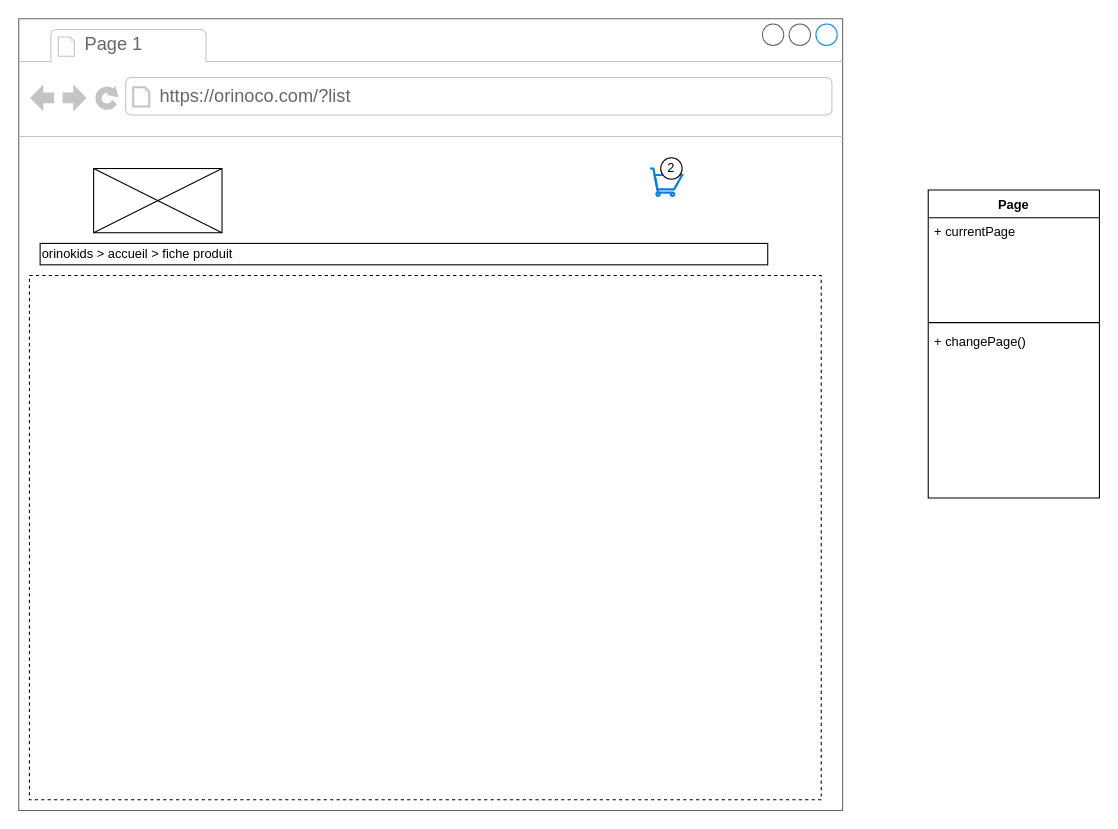
M0R4DK155/Orinoco keeps this draw.io diagram as page "page : base" (2 of 9) of diagram.drawio. Above is the earlier version. Source tidied: cells renumbered, new cells numbered last; positions are measured from the earlier drawing's top-left corner, leaving out a move shared by most shapes. Both pictures are drawn from the tidied source at 107%, with x=0, y=0 at pixel (18, 18).
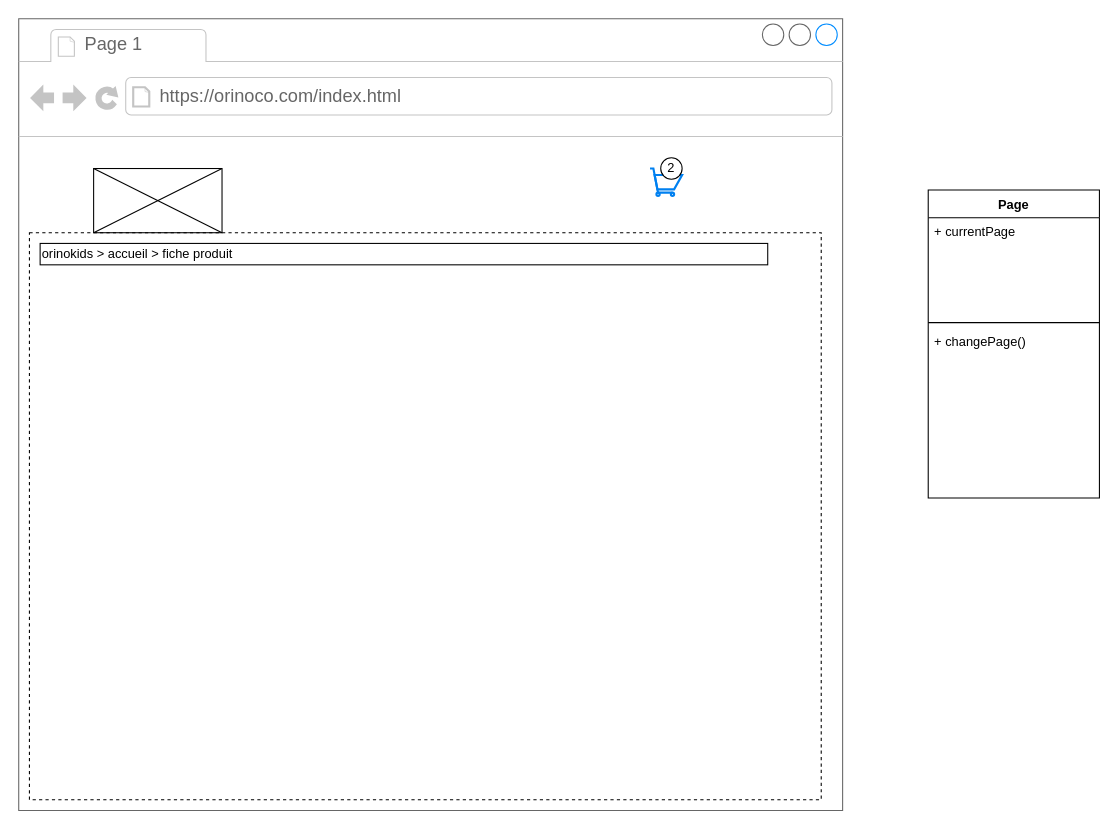
The same page after the edit.

The edit, as a diff of the source:
```diff
@@
 <mxGraphModel>
   <root>
     <mxCell id="0" />
     <mxCell id="1" parent="0" />
     <mxCell id="2" style="strokeWidth=1;shadow=0;dashed=0;align=center;html=1;shape=mxgraph.mockup.containers.browserWindow;rSize=0;strokeColor=#666666;strokeColor2=#008cff;strokeColor3=#c4c4c4;mainText=,;" parent="1" vertex="1">
       <mxGeometry width="770" height="740" as="geometry" />
     </mxCell>
     <mxCell id="3" value="Page 1" style="strokeWidth=1;shadow=0;dashed=0;align=center;html=1;shape=mxgraph.mockup.containers.anchor;fontSize=17;fontColor=#666666;align=left;" parent="2" vertex="1">
       <mxGeometry x="60" y="12" width="110" height="26" as="geometry" />
     </mxCell>
-    <mxCell id="4" value="https://orinoco.com/?list" style="strokeWidth=1;shadow=0;dashed=0;align=center;html=1;shape=mxgraph.mockup.containers.anchor;rSize=0;fontSize=17;fontColor=#666666;align=left;" parent="2" vertex="1">
+    <mxCell id="4" value="https://orinoco.com/index.html" style="strokeWidth=1;shadow=0;dashed=0;align=center;html=1;shape=mxgraph.mockup.containers.anchor;rSize=0;fontSize=17;fontColor=#666666;align=left;" parent="2" vertex="1">
       <mxGeometry x="130" y="60" width="250" height="26" as="geometry" />
     </mxCell>
     <mxCell id="5" style="html=1;verticalLabelPosition=bottom;align=center;labelBackgroundColor=#ffffff;verticalAlign=top;strokeWidth=2;strokeColor=#0080F0;shadow=0;dashed=0;shape=mxgraph.ios7.icons.shopping_cart;" parent="2" vertex="1">
       <mxGeometry x="590" y="140" width="30" height="25.5" as="geometry" />
     </mxCell>
     <mxCell id="6" style="group;" parent="2" vertex="1">
       <mxGeometry x="70" y="140" width="120" height="60" as="geometry" />
     </mxCell>
     <mxCell id="7" style="rounded=0;whiteSpace=wrap;html=1;" parent="6" vertex="1">
       <mxGeometry width="120" height="60" as="geometry" />
     </mxCell>
     <mxCell id="8" style="endArrow=none;html=1;entryX=1;entryY=0;entryDx=0;entryDy=0;exitX=0;exitY=1;exitDx=0;exitDy=0;" parent="6" edge="1" source="7" target="7">
       <mxGeometry relative="1" as="geometry" />
     </mxCell>
     <mxCell id="9" style="endArrow=none;html=1;entryX=0;entryY=0;entryDx=0;entryDy=0;exitX=1;exitY=1;exitDx=0;exitDy=0;" parent="6" edge="1" source="7" target="7">
       <mxGeometry relative="1" as="geometry" />
     </mxCell>
     <mxCell id="10" value="2" style="ellipse;whiteSpace=wrap;html=1;" parent="2" vertex="1">
       <mxGeometry x="600" y="130" width="20" height="20" as="geometry" />
     </mxCell>
     <mxCell id="11" style="rounded=0;whiteSpace=wrap;html=1;align=left;fillColor=none;dashed=1;" parent="2" vertex="1">
-      <mxGeometry x="10" y="240" width="740" height="490" as="geometry" />
+      <mxGeometry x="10" y="200" width="740" height="530" as="geometry" />
     </mxCell>
     <mxCell id="12" value="orinokids &amp;gt; accueil &amp;gt; fiche produit" style="rounded=0;whiteSpace=wrap;html=1;strokeColor=#000000;fillColor=#ffffff;align=left;" parent="1" vertex="1">
       <mxGeometry x="20" y="210" width="680" height="20" as="geometry" />
     </mxCell>
     <mxCell id="13" value="Page" style="swimlane;fontStyle=1;align=center;verticalAlign=top;horizontal=1;startSize=26;strokeColor=#000000;fillColor=none;" parent="1" vertex="1">
       <mxGeometry x="850" y="160" width="160" height="288" as="geometry" />
     </mxCell>
     <mxCell id="14" value="+ currentPage" style="text;strokeColor=none;fillColor=none;align=left;verticalAlign=top;spacingLeft=4;spacingRight=4;overflow=hidden;" parent="13" vertex="1">
       <mxGeometry y="26" width="160" height="94" as="geometry" />
     </mxCell>
     <mxCell id="15" style="line;strokeWidth=1;fillColor=none;align=left;verticalAlign=middle;spacingTop=-1;spacingLeft=3;spacingRight=3;labelPosition=right;" parent="13" vertex="1">
       <mxGeometry y="120" width="160" height="8" as="geometry" />
     </mxCell>
     <mxCell id="16" value="+ changePage()" style="text;strokeColor=none;fillColor=none;align=left;verticalAlign=top;spacingLeft=4;spacingRight=4;overflow=hidden;" parent="13" vertex="1">
       <mxGeometry y="128" width="160" height="160" as="geometry" />
     </mxCell>
   </root>
 </mxGraphModel>
```
